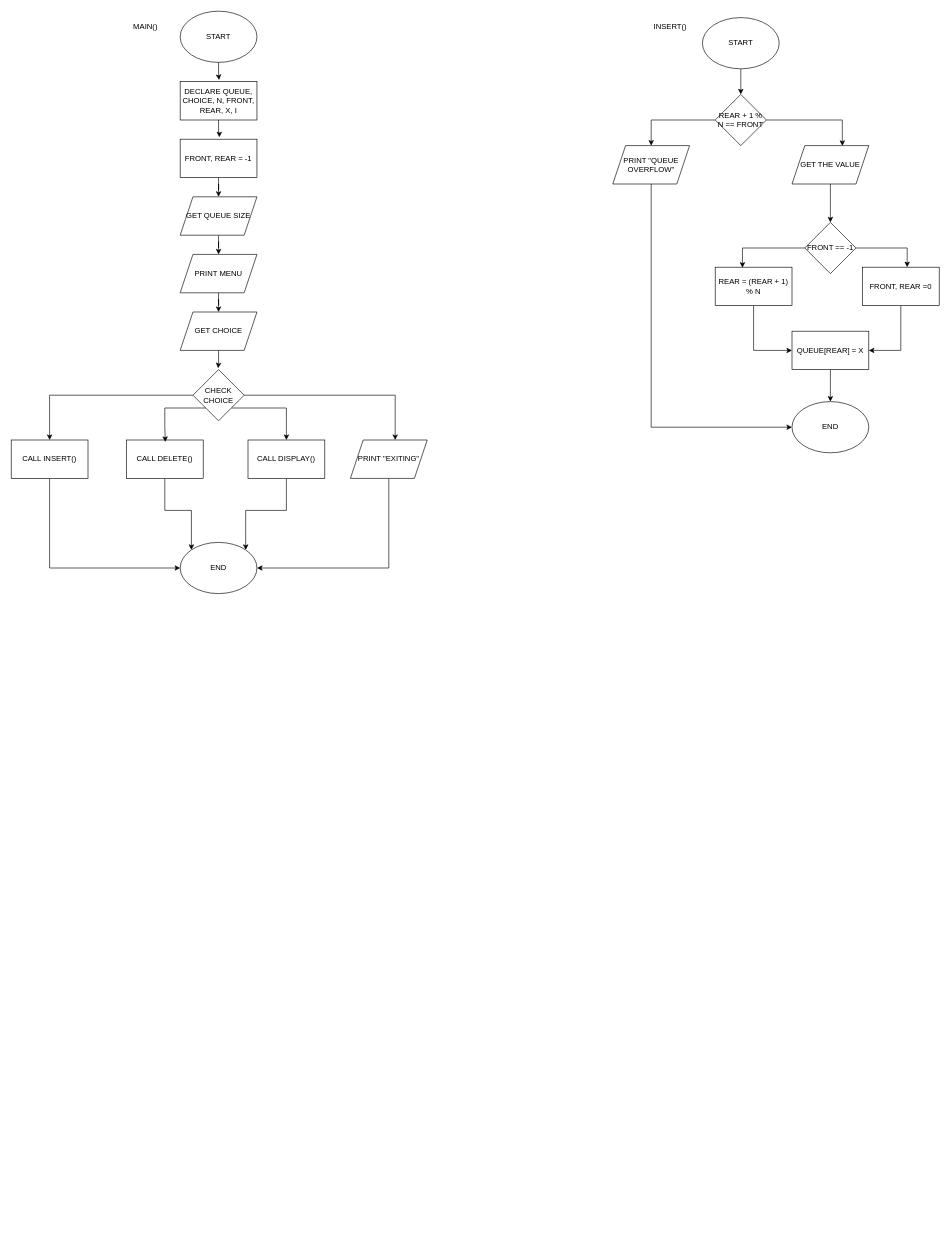
ahamril2265/DSA-LABS keeps this draw.io diagram as CIRCULAR_QUEUE.drawio. Above is the earlier version. Source tidied: cells renumbered, new cells numbered last; positions are measured from the earlier drawing's top-left corner, leaving out a move shared by most shapes. Both pictures are drawn from the tidied source at 64%, with x=0, y=0 at pixel (11, 11).
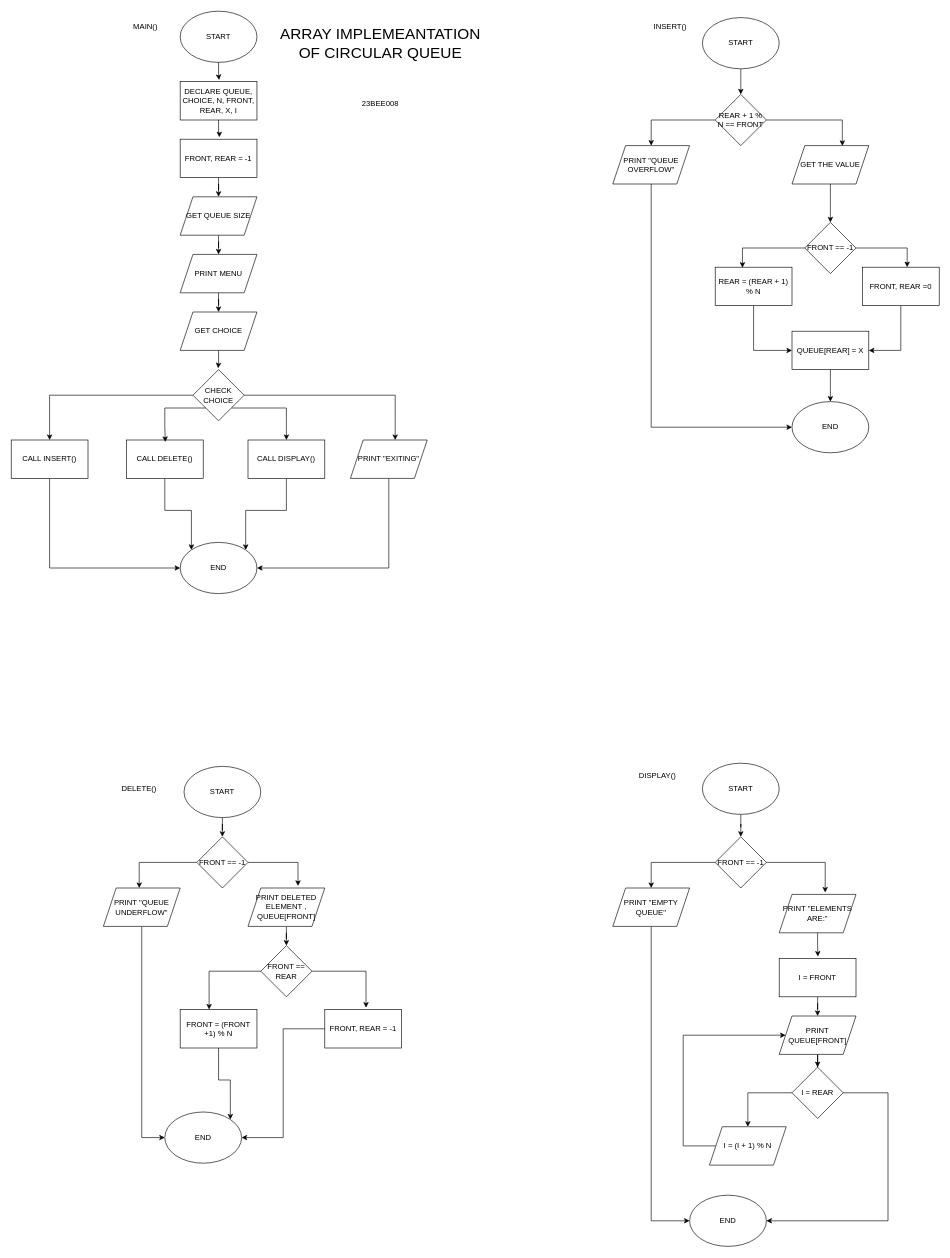
Above is the later version.

What changed in the source:
```diff
@@
+    <mxCell id="49" style="edgeStyle=orthogonalEdgeStyle;rounded=0;jettySize=auto;html=1;entryX=0.5;entryY=0;entryDx=0;entryDy=0;" parent="1" edge="1" source="50" target="52">
+      <mxGeometry relative="1" as="geometry" />
+    </mxCell>
+    <mxCell id="50" value="START" style="ellipse;whiteSpace=wrap;html=1;" parent="1" vertex="1">
+      <mxGeometry x="270" y="1180" width="120" height="80" as="geometry" />
+    </mxCell>
+    <mxCell id="51" value="DELETE()" style="text;html=1;whiteSpace=wrap;strokeColor=none;fillColor=none;align=center;verticalAlign=middle;rounded=0;" parent="1" vertex="1">
+      <mxGeometry x="170" y="1200" width="60" height="30" as="geometry" />
+    </mxCell>
+    <mxCell id="52" value="FRONT == -1" style="rhombus;whiteSpace=wrap;html=1;" parent="1" vertex="1">
+      <mxGeometry x="290" y="1290" width="80" height="80" as="geometry" />
+    </mxCell>
+    <mxCell id="53" style="edgeStyle=orthogonalEdgeStyle;rounded=0;jettySize=auto;html=1;entryX=0;entryY=0.5;entryDx=0;entryDy=0;" parent="1" edge="1" source="54" target="66">
+      <mxGeometry relative="1" as="geometry" />
+    </mxCell>
+    <mxCell id="54" value="PRINT &quot;QUEUE UNDERFLOW&quot;" style="shape=parallelogram;perimeter=parallelogramPerimeter;whiteSpace=wrap;html=1;fixedSize=1;" parent="1" vertex="1">
+      <mxGeometry x="144" y="1370" width="120" height="60" as="geometry" />
+    </mxCell>
+    <mxCell id="55" style="edgeStyle=orthogonalEdgeStyle;rounded=0;jettySize=auto;html=1;entryX=0.5;entryY=0;entryDx=0;entryDy=0;" parent="1" edge="1" source="56" target="57">
+      <mxGeometry relative="1" as="geometry" />
+    </mxCell>
+    <mxCell id="56" value="PRINT DELETED ELEMENT , QUEUE[FRONT]" style="shape=parallelogram;perimeter=parallelogramPerimeter;whiteSpace=wrap;html=1;fixedSize=1;" parent="1" vertex="1">
+      <mxGeometry x="370" y="1370" width="120" height="60" as="geometry" />
+    </mxCell>
+    <mxCell id="57" value="FRONT == REAR" style="rhombus;whiteSpace=wrap;html=1;" parent="1" vertex="1">
+      <mxGeometry x="390" y="1460" width="80" height="80" as="geometry" />
+    </mxCell>
+    <mxCell id="58" style="edgeStyle=orthogonalEdgeStyle;rounded=0;jettySize=auto;html=1;entryX=1;entryY=0.5;entryDx=0;entryDy=0;" parent="1" edge="1" source="59" target="66">
+      <mxGeometry relative="1" as="geometry" />
+    </mxCell>
+    <mxCell id="59" value="FRONT, REAR = -1" style="rounded=0;whiteSpace=wrap;html=1;" parent="1" vertex="1">
+      <mxGeometry x="490" y="1560" width="120" height="60" as="geometry" />
+    </mxCell>
+    <mxCell id="60" style="edgeStyle=orthogonalEdgeStyle;rounded=0;jettySize=auto;html=1;entryX=1;entryY=0;entryDx=0;entryDy=0;" parent="1" edge="1" source="61" target="66">
+      <mxGeometry relative="1" as="geometry" />
+    </mxCell>
+    <mxCell id="61" value="FRONT = (FRONT +1) % N" style="rounded=0;whiteSpace=wrap;html=1;" parent="1" vertex="1">
+      <mxGeometry x="264" y="1560" width="120" height="60" as="geometry" />
+    </mxCell>
+    <mxCell id="62" style="edgeStyle=orthogonalEdgeStyle;rounded=0;jettySize=auto;html=1;entryX=0.651;entryY=-0.055;entryDx=0;entryDy=0;entryPerimeter=0;" parent="1" edge="1" source="52" target="56">
+      <mxGeometry relative="1" as="geometry">
+        <Array as="points">
+          <mxPoint x="448" y="1330" />
+        </Array>
+      </mxGeometry>
+    </mxCell>
+    <mxCell id="63" style="edgeStyle=orthogonalEdgeStyle;rounded=0;jettySize=auto;html=1;entryX=0.467;entryY=0;entryDx=0;entryDy=0;entryPerimeter=0;" parent="1" edge="1" source="52" target="54">
+      <mxGeometry relative="1" as="geometry" />
+    </mxCell>
+    <mxCell id="64" style="edgeStyle=orthogonalEdgeStyle;rounded=0;jettySize=auto;html=1;entryX=0.537;entryY=-0.05;entryDx=0;entryDy=0;entryPerimeter=0;" parent="1" edge="1" source="57" target="59">
+      <mxGeometry relative="1" as="geometry" />
+    </mxCell>
+    <mxCell id="65" style="edgeStyle=orthogonalEdgeStyle;rounded=0;jettySize=auto;html=1;entryX=0.377;entryY=-0.002;entryDx=0;entryDy=0;entryPerimeter=0;" parent="1" edge="1" source="57" target="61">
+      <mxGeometry relative="1" as="geometry" />
+    </mxCell>
+    <mxCell id="66" value="END" style="ellipse;whiteSpace=wrap;html=1;" parent="1" vertex="1">
+      <mxGeometry x="240" y="1720" width="120" height="80" as="geometry" />
+    </mxCell>
+    <mxCell id="67" style="edgeStyle=orthogonalEdgeStyle;rounded=0;jettySize=auto;html=1;entryX=0.5;entryY=0;entryDx=0;entryDy=0;" parent="1" edge="1" source="68" target="71">
+      <mxGeometry relative="1" as="geometry" />
+    </mxCell>
+    <mxCell id="68" value="START" style="ellipse;whiteSpace=wrap;html=1;" parent="1" vertex="1">
+      <mxGeometry x="1080" y="1175" width="120" height="80" as="geometry" />
+    </mxCell>
+    <mxCell id="69" value="DISPLAY()" style="text;html=1;whiteSpace=wrap;strokeColor=none;fillColor=none;align=center;verticalAlign=middle;rounded=0;" parent="1" vertex="1">
+      <mxGeometry x="980" y="1180" width="60" height="30" as="geometry" />
+    </mxCell>
+    <mxCell id="70" style="edgeStyle=orthogonalEdgeStyle;rounded=0;jettySize=auto;html=1;entryX=0.5;entryY=0;entryDx=0;entryDy=0;" parent="1" edge="1" source="71" target="73">
+      <mxGeometry relative="1" as="geometry" />
+    </mxCell>
+    <mxCell id="71" value="FRONT == -1" style="rhombus;whiteSpace=wrap;html=1;" parent="1" vertex="1">
+      <mxGeometry x="1100" y="1290" width="80" height="80" as="geometry" />
+    </mxCell>
+    <mxCell id="72" style="edgeStyle=orthogonalEdgeStyle;rounded=0;jettySize=auto;html=1;entryX=0;entryY=0.5;entryDx=0;entryDy=0;" parent="1" edge="1" source="73" target="86">
+      <mxGeometry relative="1" as="geometry" />
+    </mxCell>
+    <mxCell id="73" value="PRINT &quot;EMPTY QUEUE&quot;" style="shape=parallelogram;perimeter=parallelogramPerimeter;whiteSpace=wrap;html=1;fixedSize=1;" parent="1" vertex="1">
+      <mxGeometry x="940" y="1370" width="120" height="60" as="geometry" />
+    </mxCell>
+    <mxCell id="74" value="PRINT &quot;ELEMENTS ARE:&quot;" style="shape=parallelogram;perimeter=parallelogramPerimeter;whiteSpace=wrap;html=1;fixedSize=1;" parent="1" vertex="1">
+      <mxGeometry x="1200" y="1380" width="120" height="60" as="geometry" />
+    </mxCell>
+    <mxCell id="75" style="edgeStyle=orthogonalEdgeStyle;rounded=0;jettySize=auto;html=1;entryX=0.5;entryY=0;entryDx=0;entryDy=0;" parent="1" edge="1" source="76" target="78">
+      <mxGeometry relative="1" as="geometry" />
+    </mxCell>
+    <mxCell id="76" value="I = FRONT" style="rounded=0;whiteSpace=wrap;html=1;" parent="1" vertex="1">
+      <mxGeometry x="1200" y="1480" width="120" height="60" as="geometry" />
+    </mxCell>
+    <mxCell id="77" style="edgeStyle=orthogonalEdgeStyle;rounded=0;jettySize=auto;html=1;entryX=0.5;entryY=0;entryDx=0;entryDy=0;" parent="1" edge="1" source="78" target="81">
+      <mxGeometry relative="1" as="geometry" />
+    </mxCell>
+    <mxCell id="78" value="PRINT QUEUE[FRONT]" style="shape=parallelogram;perimeter=parallelogramPerimeter;whiteSpace=wrap;html=1;fixedSize=1;" parent="1" vertex="1">
+      <mxGeometry x="1200" y="1570" width="120" height="60" as="geometry" />
+    </mxCell>
+    <mxCell id="79" style="edgeStyle=orthogonalEdgeStyle;rounded=0;jettySize=auto;html=1;" parent="1" edge="1" source="81" target="83">
+      <mxGeometry relative="1" as="geometry" />
+    </mxCell>
+    <mxCell id="80" style="edgeStyle=orthogonalEdgeStyle;rounded=0;jettySize=auto;html=1;entryX=1;entryY=0.5;entryDx=0;entryDy=0;" parent="1" edge="1" source="81" target="86">
+      <mxGeometry relative="1" as="geometry">
+        <Array as="points">
+          <mxPoint x="1370" y="1690" />
+          <mxPoint x="1370" y="1890" />
+        </Array>
+      </mxGeometry>
+    </mxCell>
+    <mxCell id="81" value="I = REAR" style="rhombus;whiteSpace=wrap;html=1;" parent="1" vertex="1">
+      <mxGeometry x="1220" y="1650" width="80" height="80" as="geometry" />
+    </mxCell>
+    <mxCell id="82" style="edgeStyle=orthogonalEdgeStyle;rounded=0;jettySize=auto;html=1;entryX=0;entryY=0.5;entryDx=0;entryDy=0;" parent="1" edge="1" source="83" target="78">
+      <mxGeometry relative="1" as="geometry">
+        <Array as="points">
+          <mxPoint x="1050" y="1773" />
+          <mxPoint x="1050" y="1600" />
+        </Array>
+      </mxGeometry>
+    </mxCell>
+    <mxCell id="83" value="I = (I + 1) % N" style="shape=parallelogram;perimeter=parallelogramPerimeter;whiteSpace=wrap;html=1;fixedSize=1;" parent="1" vertex="1">
+      <mxGeometry x="1091" y="1743" width="120" height="60" as="geometry" />
+    </mxCell>
+    <mxCell id="84" style="edgeStyle=orthogonalEdgeStyle;rounded=0;jettySize=auto;html=1;entryX=0.599;entryY=-0.048;entryDx=0;entryDy=0;entryPerimeter=0;" parent="1" edge="1" source="71" target="74">
+      <mxGeometry relative="1" as="geometry" />
+    </mxCell>
+    <mxCell id="85" style="edgeStyle=orthogonalEdgeStyle;rounded=0;jettySize=auto;html=1;entryX=0.504;entryY=-0.048;entryDx=0;entryDy=0;entryPerimeter=0;" parent="1" edge="1" source="74" target="76">
+      <mxGeometry relative="1" as="geometry" />
+    </mxCell>
+    <mxCell id="86" value="END" style="ellipse;whiteSpace=wrap;html=1;" parent="1" vertex="1">
+      <mxGeometry x="1060" y="1850" width="120" height="80" as="geometry" />
+    </mxCell>
+    <mxCell id="87" value="&lt;font style=&quot;font-size: 24px;&quot;&gt;ARRAY IMPLEMEANTATION OF CIRCULAR QUEUE&lt;/font&gt;" style="text;html=1;whiteSpace=wrap;strokeColor=none;fillColor=none;align=center;verticalAlign=middle;rounded=0;" parent="1" vertex="1">
+      <mxGeometry x="417" width="320" height="100" as="geometry" />
+    </mxCell>
+    <mxCell id="88" value="23BEE008" style="text;html=1;whiteSpace=wrap;strokeColor=none;fillColor=none;align=center;verticalAlign=middle;rounded=0;" parent="1" vertex="1">
+      <mxGeometry x="547" y="130" width="60" height="30" as="geometry" />
+    </mxCell>
```
